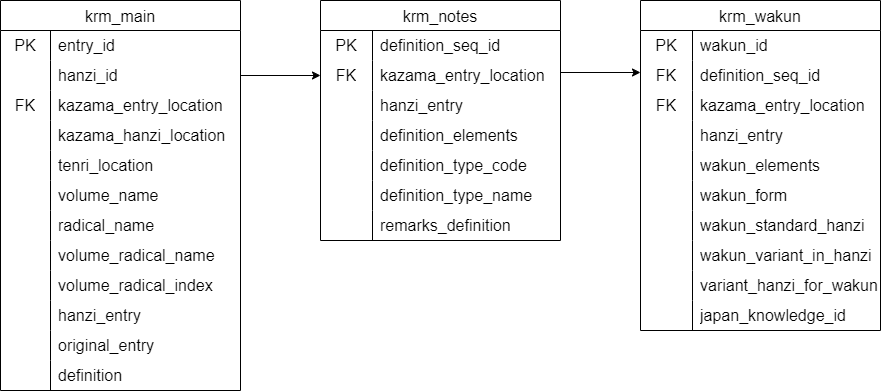
Before: images/krmer.drawio.png, a diagram exported from draw.io (shikeda/HDIC). Source tidied: cells renumbered, new cells last; positions are measured from the earlier drawing's top-left corner, leaving out a move shared by most shapes.
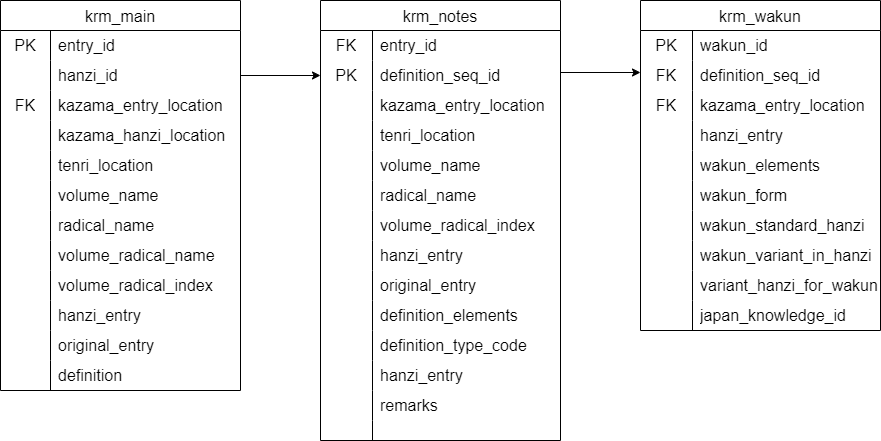
The same diagram one commit later.

The edit, as a diff of the source:
```diff
@@ -114,24 +114,24 @@
       <mxGeometry x="50" width="190" height="30" as="geometry" />
     </mxCell>
     <mxCell id="39" value="krm_notes" style="shape=table;startSize=30;rowLines=0;fontStyle=0;strokeColor=default;fontSize=16;" parent="1" vertex="1">
-      <mxGeometry x="320" width="240" height="240" as="geometry" />
+      <mxGeometry x="320" width="240" height="440" as="geometry" />
     </mxCell>
     <mxCell id="40" style="shape=tableRow;horizontal=0;startSize=0;swimlaneHead=0;swimlaneBody=0;top=0;left=0;bottom=0;right=0;fillColor=none;strokeColor=inherit;fontSize=16;" parent="39" vertex="1">
       <mxGeometry y="30" width="240" height="30" as="geometry" />
     </mxCell>
-    <mxCell id="41" value="PK" style="shape=partialRectangle;html=1;whiteSpace=wrap;fillColor=none;top=0;left=0;bottom=0;right=0;overflow=hidden;strokeColor=inherit;fontSize=16;" parent="40" vertex="1">
+    <mxCell id="41" value="FK" style="shape=partialRectangle;html=1;whiteSpace=wrap;fillColor=none;top=0;left=0;bottom=0;right=0;overflow=hidden;strokeColor=inherit;fontSize=16;" parent="40" vertex="1">
       <mxGeometry width="52" height="30" as="geometry" />
     </mxCell>
-    <mxCell id="42" value="definition_seq_id" style="shape=partialRectangle;html=1;whiteSpace=wrap;fillColor=none;top=0;left=0;bottom=0;right=0;align=left;spacingLeft=6;overflow=hidden;strokeColor=inherit;fontSize=16;" parent="40" vertex="1">
+    <mxCell id="42" value="entry&lt;span style=&quot;background-color: transparent;&quot;&gt;_id&lt;/span&gt;" style="shape=partialRectangle;html=1;whiteSpace=wrap;fillColor=none;top=0;left=0;bottom=0;right=0;align=left;spacingLeft=6;overflow=hidden;strokeColor=inherit;fontSize=16;" parent="40" vertex="1">
       <mxGeometry x="52" width="188" height="30" as="geometry" />
     </mxCell>
     <mxCell id="43" style="shape=tableRow;horizontal=0;startSize=0;swimlaneHead=0;swimlaneBody=0;top=0;left=0;bottom=0;right=0;fillColor=none;points=[[0,0.5],[1,0.5]];portConstraint=eastwest;strokeColor=inherit;fontSize=16;" parent="39" vertex="1">
       <mxGeometry y="60" width="240" height="30" as="geometry" />
     </mxCell>
-    <mxCell id="44" value="FK" style="shape=partialRectangle;html=1;whiteSpace=wrap;fillColor=none;top=0;left=0;bottom=0;right=0;overflow=hidden;strokeColor=inherit;fontSize=16;" parent="43" vertex="1">
+    <mxCell id="44" value="PK" style="shape=partialRectangle;html=1;whiteSpace=wrap;fillColor=none;top=0;left=0;bottom=0;right=0;overflow=hidden;strokeColor=inherit;fontSize=16;" parent="43" vertex="1">
       <mxGeometry width="52" height="30" as="geometry" />
     </mxCell>
-    <mxCell id="45" value="kazama_entry_location" style="shape=partialRectangle;html=1;whiteSpace=wrap;fillColor=none;top=0;left=0;bottom=0;right=0;align=left;spacingLeft=6;overflow=hidden;strokeColor=inherit;fontSize=16;" parent="43" vertex="1">
+    <mxCell id="45" value="definition_seq_id" style="shape=partialRectangle;html=1;whiteSpace=wrap;fillColor=none;top=0;left=0;bottom=0;right=0;align=left;spacingLeft=6;overflow=hidden;strokeColor=inherit;fontSize=16;" parent="43" vertex="1">
       <mxGeometry x="52" width="188" height="30" as="geometry" />
     </mxCell>
     <mxCell id="46" style="shape=tableRow;horizontal=0;startSize=0;swimlaneHead=0;swimlaneBody=0;top=0;left=0;bottom=0;right=0;fillColor=none;strokeColor=inherit;fontSize=16;" parent="39" vertex="1">
@@ -140,7 +140,7 @@
     <mxCell id="47" style="shape=partialRectangle;html=1;whiteSpace=wrap;fillColor=none;top=0;left=0;bottom=0;right=0;overflow=hidden;strokeColor=inherit;fontSize=16;" parent="46" vertex="1">
       <mxGeometry width="52" height="30" as="geometry" />
     </mxCell>
-    <mxCell id="48" value="hanzi_entry" style="shape=partialRectangle;html=1;whiteSpace=wrap;fillColor=none;top=0;left=0;bottom=0;right=0;align=left;spacingLeft=6;overflow=hidden;strokeColor=inherit;fontSize=16;" parent="46" vertex="1">
+    <mxCell id="48" value="kazama_entry_location" style="shape=partialRectangle;html=1;whiteSpace=wrap;fillColor=none;top=0;left=0;bottom=0;right=0;align=left;spacingLeft=6;overflow=hidden;strokeColor=inherit;fontSize=16;" parent="46" vertex="1">
       <mxGeometry x="52" width="188" height="30" as="geometry" />
     </mxCell>
     <mxCell id="49" style="shape=tableRow;horizontal=0;startSize=0;swimlaneHead=0;swimlaneBody=0;top=0;left=0;bottom=0;right=0;fillColor=none;strokeColor=inherit;fontSize=16;" parent="39" vertex="1">
@@ -149,7 +149,7 @@
     <mxCell id="50" style="shape=partialRectangle;html=1;whiteSpace=wrap;fillColor=none;top=0;left=0;bottom=0;right=0;overflow=hidden;strokeColor=inherit;fontSize=16;" parent="49" vertex="1">
       <mxGeometry width="52" height="30" as="geometry" />
     </mxCell>
-    <mxCell id="51" value="definition_elements" style="shape=partialRectangle;html=1;whiteSpace=wrap;fillColor=none;top=0;left=0;bottom=0;right=0;align=left;spacingLeft=6;overflow=hidden;strokeColor=inherit;fontSize=16;" parent="49" vertex="1">
+    <mxCell id="51" value="tenri_location" style="shape=partialRectangle;html=1;whiteSpace=wrap;fillColor=none;top=0;left=0;bottom=0;right=0;align=left;spacingLeft=6;overflow=hidden;strokeColor=inherit;fontSize=16;" parent="49" vertex="1">
       <mxGeometry x="52" width="188" height="30" as="geometry" />
     </mxCell>
     <mxCell id="52" style="shape=singleArrow;whiteSpace=wrap;html=1;arrowWidth=0.4;arrowSize=0.4;fontSize=16;startSize=30;fontStyle=0;" parent="49" vertex="1">
@@ -161,7 +161,7 @@
     <mxCell id="54" style="shape=partialRectangle;html=1;whiteSpace=wrap;fillColor=none;top=0;left=0;bottom=0;right=0;overflow=hidden;strokeColor=inherit;fontSize=16;" parent="53" vertex="1">
       <mxGeometry width="52" height="30" as="geometry" />
     </mxCell>
-    <mxCell id="55" value="definition_type_code" style="shape=partialRectangle;html=1;whiteSpace=wrap;fillColor=none;top=0;left=0;bottom=0;right=0;align=left;spacingLeft=6;overflow=hidden;strokeColor=inherit;fontSize=16;" parent="53" vertex="1">
+    <mxCell id="55" value="volume_name" style="shape=partialRectangle;html=1;whiteSpace=wrap;fillColor=none;top=0;left=0;bottom=0;right=0;align=left;spacingLeft=6;overflow=hidden;strokeColor=inherit;fontSize=16;" parent="53" vertex="1">
       <mxGeometry x="52" width="188" height="30" as="geometry" />
     </mxCell>
     <mxCell id="56" style="shape=tableRow;horizontal=0;startSize=0;swimlaneHead=0;swimlaneBody=0;top=0;left=0;bottom=0;right=0;fillColor=none;strokeColor=inherit;fontSize=16;" parent="39" vertex="1">
@@ -170,7 +170,7 @@
     <mxCell id="57" style="shape=partialRectangle;html=1;whiteSpace=wrap;fillColor=none;top=0;left=0;bottom=0;right=0;overflow=hidden;strokeColor=inherit;fontSize=16;" parent="56" vertex="1">
       <mxGeometry width="52" height="30" as="geometry" />
     </mxCell>
-    <mxCell id="58" value="definition_type_name" style="shape=partialRectangle;html=1;whiteSpace=wrap;fillColor=none;top=0;left=0;bottom=0;right=0;align=left;spacingLeft=6;overflow=hidden;strokeColor=inherit;fontSize=16;" parent="56" vertex="1">
+    <mxCell id="58" value="radical_name" style="shape=partialRectangle;html=1;whiteSpace=wrap;fillColor=none;top=0;left=0;bottom=0;right=0;align=left;spacingLeft=6;overflow=hidden;strokeColor=inherit;fontSize=16;" parent="56" vertex="1">
       <mxGeometry x="52" width="188" height="30" as="geometry" />
     </mxCell>
     <mxCell id="59" style="shape=tableRow;horizontal=0;startSize=0;swimlaneHead=0;swimlaneBody=0;top=0;left=0;bottom=0;right=0;fillColor=none;strokeColor=inherit;fontSize=16;" parent="39" vertex="1">
@@ -179,9 +179,72 @@
     <mxCell id="60" style="shape=partialRectangle;html=1;whiteSpace=wrap;fillColor=none;top=0;left=0;bottom=0;right=0;overflow=hidden;strokeColor=inherit;fontSize=16;" parent="59" vertex="1">
       <mxGeometry width="52" height="30" as="geometry" />
     </mxCell>
-    <mxCell id="61" value="remarks_definition" style="shape=partialRectangle;html=1;whiteSpace=wrap;fillColor=none;top=0;left=0;bottom=0;right=0;align=left;spacingLeft=6;overflow=hidden;strokeColor=inherit;fontSize=16;" parent="59" vertex="1">
+    <mxCell id="61" value="volume_radical_index" style="shape=partialRectangle;html=1;whiteSpace=wrap;fillColor=none;top=0;left=0;bottom=0;right=0;align=left;spacingLeft=6;overflow=hidden;strokeColor=inherit;fontSize=16;" parent="59" vertex="1">
       <mxGeometry x="52" width="188" height="30" as="geometry" />
     </mxCell>
+    <mxCell id="95" style="shape=tableRow;horizontal=0;startSize=0;swimlaneHead=0;swimlaneBody=0;top=0;left=0;bottom=0;right=0;fillColor=none;strokeColor=inherit;fontSize=16;" parent="39" vertex="1">
+      <mxGeometry y="240" width="240" height="30" as="geometry" />
+    </mxCell>
+    <mxCell id="96" style="shape=partialRectangle;html=1;whiteSpace=wrap;fillColor=none;top=0;left=0;bottom=0;right=0;overflow=hidden;strokeColor=inherit;fontSize=16;" parent="95" vertex="1">
+      <mxGeometry width="52" height="30" as="geometry" />
+    </mxCell>
+    <mxCell id="97" value="hanzi_entry" style="shape=partialRectangle;html=1;whiteSpace=wrap;fillColor=none;top=0;left=0;bottom=0;right=0;align=left;spacingLeft=6;overflow=hidden;strokeColor=inherit;fontSize=16;" parent="95" vertex="1">
+      <mxGeometry x="52" width="188" height="30" as="geometry" />
+    </mxCell>
+    <mxCell id="98" style="shape=tableRow;horizontal=0;startSize=0;swimlaneHead=0;swimlaneBody=0;top=0;left=0;bottom=0;right=0;fillColor=none;strokeColor=inherit;fontSize=16;" parent="39" vertex="1">
+      <mxGeometry y="270" width="240" height="30" as="geometry" />
+    </mxCell>
+    <mxCell id="99" style="shape=partialRectangle;html=1;whiteSpace=wrap;fillColor=none;top=0;left=0;bottom=0;right=0;overflow=hidden;strokeColor=inherit;fontSize=16;" parent="98" vertex="1">
+      <mxGeometry width="52" height="30" as="geometry" />
+    </mxCell>
+    <mxCell id="100" value="original_entry" style="shape=partialRectangle;html=1;whiteSpace=wrap;fillColor=none;top=0;left=0;bottom=0;right=0;align=left;spacingLeft=6;overflow=hidden;strokeColor=inherit;fontSize=16;" parent="98" vertex="1">
+      <mxGeometry x="52" width="188" height="30" as="geometry" />
+    </mxCell>
+    <mxCell id="101" style="shape=tableRow;horizontal=0;startSize=0;swimlaneHead=0;swimlaneBody=0;top=0;left=0;bottom=0;right=0;fillColor=none;strokeColor=inherit;fontSize=16;" parent="39" vertex="1">
+      <mxGeometry y="300" width="240" height="30" as="geometry" />
+    </mxCell>
+    <mxCell id="102" style="shape=partialRectangle;html=1;whiteSpace=wrap;fillColor=none;top=0;left=0;bottom=0;right=0;overflow=hidden;strokeColor=inherit;fontSize=16;" parent="101" vertex="1">
+      <mxGeometry width="52" height="30" as="geometry" />
+    </mxCell>
+    <mxCell id="103" value="definition_elements" style="shape=partialRectangle;html=1;whiteSpace=wrap;fillColor=none;top=0;left=0;bottom=0;right=0;align=left;spacingLeft=6;overflow=hidden;strokeColor=inherit;fontSize=16;" parent="101" vertex="1">
+      <mxGeometry x="52" width="188" height="30" as="geometry" />
+    </mxCell>
+    <mxCell id="104" style="shape=tableRow;horizontal=0;startSize=0;swimlaneHead=0;swimlaneBody=0;top=0;left=0;bottom=0;right=0;fillColor=none;strokeColor=inherit;fontSize=16;" parent="39" vertex="1">
+      <mxGeometry y="330" width="240" height="30" as="geometry" />
+    </mxCell>
+    <mxCell id="105" style="shape=partialRectangle;html=1;whiteSpace=wrap;fillColor=none;top=0;left=0;bottom=0;right=0;overflow=hidden;strokeColor=inherit;fontSize=16;" parent="104" vertex="1">
+      <mxGeometry width="52" height="30" as="geometry" />
+    </mxCell>
+    <mxCell id="106" value="definition_type_code" style="shape=partialRectangle;html=1;whiteSpace=wrap;fillColor=none;top=0;left=0;bottom=0;right=0;align=left;spacingLeft=6;overflow=hidden;strokeColor=inherit;fontSize=16;" parent="104" vertex="1">
+      <mxGeometry x="52" width="188" height="30" as="geometry" />
+    </mxCell>
+    <mxCell id="107" style="shape=tableRow;horizontal=0;startSize=0;swimlaneHead=0;swimlaneBody=0;top=0;left=0;bottom=0;right=0;fillColor=none;strokeColor=inherit;fontSize=16;" parent="39" vertex="1">
+      <mxGeometry y="360" width="240" height="30" as="geometry" />
+    </mxCell>
+    <mxCell id="108" style="shape=partialRectangle;html=1;whiteSpace=wrap;fillColor=none;top=0;left=0;bottom=0;right=0;overflow=hidden;strokeColor=inherit;fontSize=16;" parent="107" vertex="1">
+      <mxGeometry width="52" height="30" as="geometry" />
+    </mxCell>
+    <mxCell id="109" value="hanzi_entry" style="shape=partialRectangle;html=1;whiteSpace=wrap;fillColor=none;top=0;left=0;bottom=0;right=0;align=left;spacingLeft=6;overflow=hidden;strokeColor=inherit;fontSize=16;" parent="107" vertex="1">
+      <mxGeometry x="52" width="188" height="30" as="geometry" />
+    </mxCell>
+    <mxCell id="110" style="shape=tableRow;horizontal=0;startSize=0;swimlaneHead=0;swimlaneBody=0;top=0;left=0;bottom=0;right=0;fillColor=none;strokeColor=inherit;fontSize=16;" parent="39" vertex="1">
+      <mxGeometry y="390" width="240" height="30" as="geometry" />
+    </mxCell>
+    <mxCell id="111" style="shape=partialRectangle;html=1;whiteSpace=wrap;fillColor=none;top=0;left=0;bottom=0;right=0;overflow=hidden;strokeColor=inherit;fontSize=16;" parent="110" vertex="1">
+      <mxGeometry width="52" height="30" as="geometry" />
+    </mxCell>
+    <mxCell id="112" value="remarks" style="shape=partialRectangle;html=1;whiteSpace=wrap;fillColor=none;top=0;left=0;bottom=0;right=0;align=left;spacingLeft=6;overflow=hidden;strokeColor=inherit;fontSize=16;" parent="110" vertex="1">
+      <mxGeometry x="52" width="188" height="30" as="geometry" />
+    </mxCell>
+    <mxCell id="113" style="shape=tableRow;horizontal=0;startSize=0;swimlaneHead=0;swimlaneBody=0;top=0;left=0;bottom=0;right=0;fillColor=none;strokeColor=inherit;fontSize=16;" parent="39" vertex="1">
+      <mxGeometry y="420" width="240" height="20" as="geometry" />
+    </mxCell>
+    <mxCell id="114" style="shape=partialRectangle;html=1;whiteSpace=wrap;fillColor=none;top=0;left=0;bottom=0;right=0;overflow=hidden;strokeColor=inherit;fontSize=16;" parent="113" vertex="1">
+      <mxGeometry width="52" height="20" as="geometry" />
+    </mxCell>
+    <mxCell id="115" style="shape=partialRectangle;html=1;whiteSpace=wrap;fillColor=none;top=0;left=0;bottom=0;right=0;align=left;spacingLeft=6;overflow=hidden;strokeColor=inherit;fontSize=16;" parent="113" vertex="1">
+      <mxGeometry x="52" width="188" height="20" as="geometry" />
+    </mxCell>
     <mxCell id="62" value="krm_wakun" style="shape=table;startSize=30;rowLines=0;fontStyle=0;strokeColor=default;fontSize=16;" parent="1" vertex="1">
       <mxGeometry x="640" width="240" height="330" as="geometry" />
     </mxCell>
```
